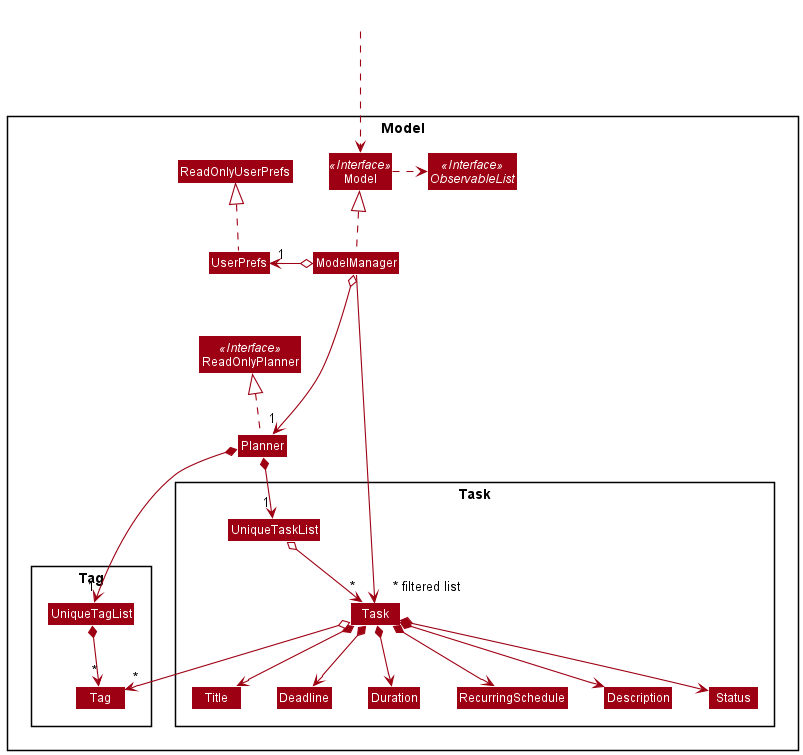
Before: docs/images/ModelClassDiagram.png, a diagram exported from PlantUML (nus-cs2103-AY2021S2/tp).
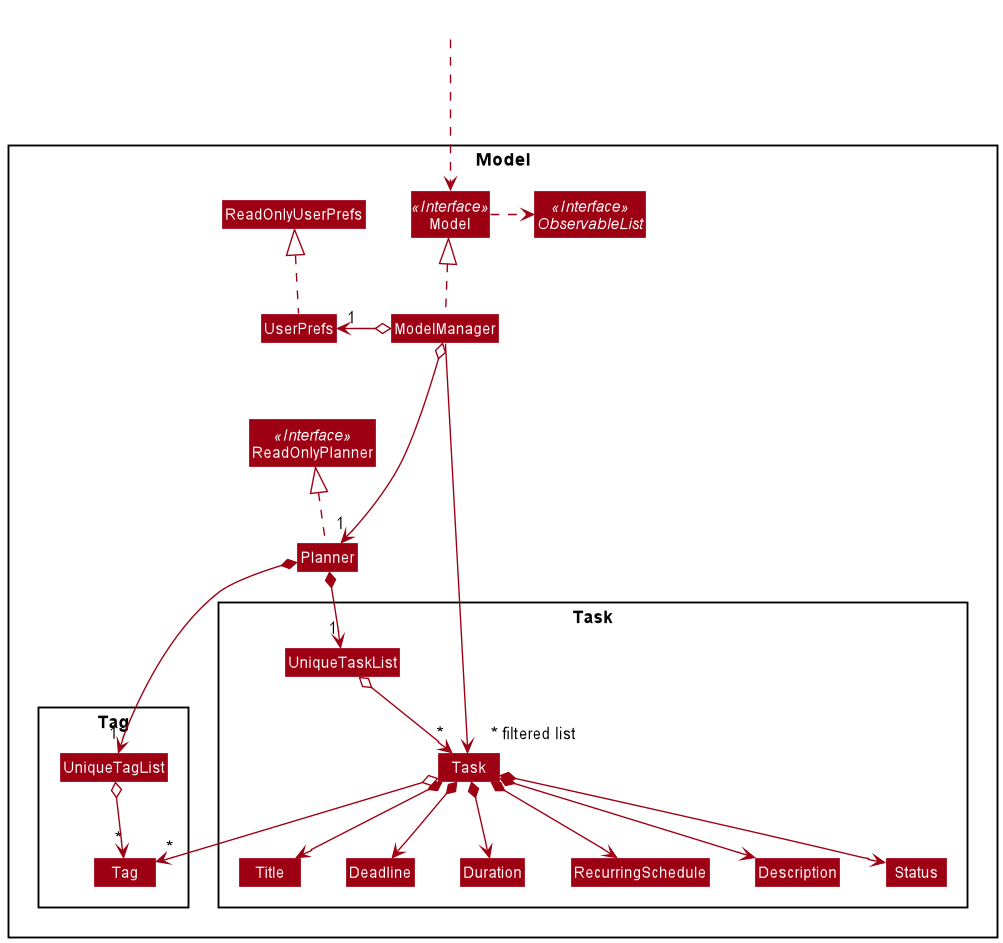
After the change.

The edit, as a diff of the source:
```diff
@@ -46,7 +46,7 @@
 Planner *--> "1" UniqueTaskList
 UniqueTaskList o--> "*" Task
 Planner *--> "1" UniqueTagList
-UniqueTagList *--> "*" Tag
+UniqueTagList o--> "*" Tag
 Task *--> Title
 Task *--> Deadline
 Task *--> Duration
```
